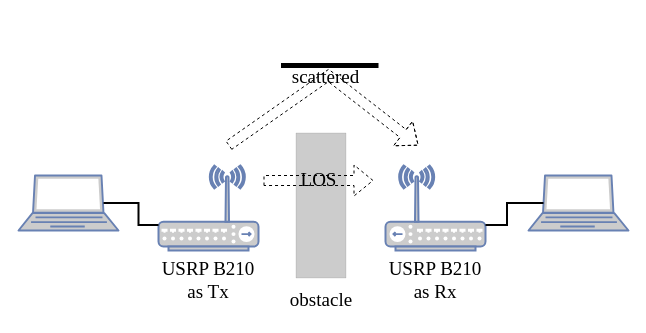
troders34/research keeps this draw.io diagram as page "data collection" (7 of 8) of mod.drawio. Above is the earlier version. Source tidied: cells renumbered, new cells numbered last; positions are measured from the earlier drawing's top-left corner, leaving out a move shared by most shapes. Both pictures are drawn from the tidied source at 100%, with x=0, y=0 at pixel (18, 65).
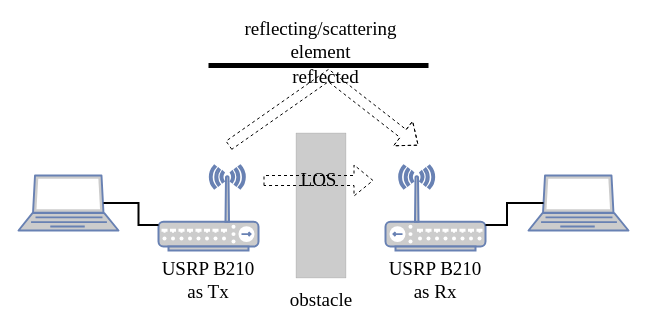
After the change.

Change to the diagram source:
```diff
@@
 <mxGraphModel>
   <root>
     <mxCell id="0" />
     <mxCell id="1" parent="0" />
     <mxCell id="2" style="fontColor=#0066CC;verticalAlign=top;verticalLabelPosition=bottom;labelPosition=center;align=center;html=1;outlineConnect=0;fillColor=#CCCCCC;strokeColor=#6881B3;gradientColor=none;gradientDirection=north;strokeWidth=2;shape=mxgraph.networks.wireless_hub;" parent="1" vertex="1">
       <mxGeometry x="140" y="100" width="100" height="85" as="geometry" />
     </mxCell>
     <mxCell id="3" style="fontColor=#0066CC;verticalAlign=top;verticalLabelPosition=bottom;labelPosition=center;align=center;html=1;outlineConnect=0;fillColor=#CCCCCC;strokeColor=#6881B3;gradientColor=none;gradientDirection=north;strokeWidth=2;shape=mxgraph.networks.wireless_hub;flipV=0;flipH=1;" parent="1" vertex="1">
       <mxGeometry x="367" y="100" width="100" height="85" as="geometry" />
     </mxCell>
     <mxCell id="4" style="fontColor=#0066CC;verticalAlign=top;verticalLabelPosition=bottom;labelPosition=center;align=center;html=1;outlineConnect=0;fillColor=#CCCCCC;strokeColor=#6881B3;gradientColor=none;gradientDirection=north;strokeWidth=2;shape=mxgraph.networks.laptop;" parent="1" vertex="1">
       <mxGeometry y="110" width="100" height="55" as="geometry" />
     </mxCell>
     <mxCell id="5" style="edgeStyle=orthogonalEdgeStyle;rounded=0;jettySize=auto;html=1;exitX=0.85;exitY=0.5;exitDx=0;exitDy=0;exitPerimeter=0;entryX=0;entryY=0.7;entryDx=0;entryDy=0;entryPerimeter=0;strokeWidth=2;endArrow=none;startFill=0;" parent="1" edge="1" source="4" target="2">
       <mxGeometry relative="1" as="geometry" />
     </mxCell>
     <mxCell id="6" style="fontColor=#0066CC;verticalAlign=top;verticalLabelPosition=bottom;labelPosition=center;align=center;html=1;outlineConnect=0;fillColor=#CCCCCC;strokeColor=#6881B3;gradientColor=none;gradientDirection=north;strokeWidth=2;shape=mxgraph.networks.laptop;" parent="1" vertex="1">
       <mxGeometry x="510" y="110" width="100" height="55" as="geometry" />
     </mxCell>
     <mxCell id="7" style="edgeStyle=orthogonalEdgeStyle;rounded=0;jettySize=auto;html=1;exitX=0.15;exitY=0.5;exitDx=0;exitDy=0;exitPerimeter=0;entryX=0;entryY=0.7;entryDx=0;entryDy=0;entryPerimeter=0;strokeWidth=2;endArrow=none;startFill=0;" parent="1" edge="1" source="6" target="3">
       <mxGeometry relative="1" as="geometry" />
     </mxCell>
     <mxCell id="8" style="rounded=0;whiteSpace=wrap;html=1;rotation=90;fillColor=light-dark(#cccccc, #ededed);strokeWidth=0;" parent="1" vertex="1">
       <mxGeometry x="230" y="115" width="145" height="50" as="geometry" />
     </mxCell>
     <mxCell id="9" value="USRP B210 as Tx" style="text;html=1;align=center;verticalAlign=middle;whiteSpace=wrap;rounded=0;fontFamily=Times New Roman;fontSize=19;" parent="1" vertex="1">
       <mxGeometry x="135" y="200" width="110" height="30" as="geometry" />
     </mxCell>
     <mxCell id="10" value="USRP B210 as Rx" style="text;html=1;align=center;verticalAlign=middle;whiteSpace=wrap;rounded=0;fontFamily=Times New Roman;fontSize=19;" parent="1" vertex="1">
       <mxGeometry x="362" y="200" width="110" height="30" as="geometry" />
     </mxCell>
     <mxCell id="11" value="obstacle" style="text;html=1;align=center;verticalAlign=middle;whiteSpace=wrap;rounded=0;fontFamily=Times New Roman;fontSize=19;" parent="1" vertex="1">
       <mxGeometry x="247.5" y="220" width="110" height="30" as="geometry" />
     </mxCell>
     <mxCell id="12" value="&lt;font face=&quot;Times New Roman&quot; style=&quot;font-size: 19px;&quot;&gt;LOS&lt;/font&gt;" style="shape=flexArrow;endArrow=classic;html=1;rounded=0;dashed=1;strokeColor=default;labelBackgroundColor=none;" parent="1" edge="1">
       <mxGeometry relative="1" as="geometry">
         <mxPoint x="245" y="115" as="sourcePoint" />
         <mxPoint x="355" y="115" as="targetPoint" />
       </mxGeometry>
     </mxCell>
-    <mxCell id="13" value="&lt;font style=&quot;font-size: 19px;&quot; face=&quot;Times New Roman&quot;&gt;scattered&lt;/font&gt;" style="shape=flexArrow;endArrow=classic;html=1;rounded=0;dashed=1;strokeColor=default;labelBackgroundColor=none;" parent="1" edge="1">
+    <mxCell id="13" value="reflected" style="shape=flexArrow;endArrow=classic;html=1;rounded=0;dashed=1;strokeColor=default;labelBackgroundColor=none;fontFamily=Times New Roman;fontSize=19;" parent="1" edge="1">
       <mxGeometry relative="1" as="geometry">
         <mxPoint x="210" y="80" as="sourcePoint" />
         <mxPoint x="400" y="80" as="targetPoint" />
         <Array as="points">
           <mxPoint x="310" y="10" />
         </Array>
       </mxGeometry>
     </mxCell>
     <mxCell id="14" style="endArrow=none;html=1;rounded=0;strokeWidth=5;" parent="1" edge="1">
       <mxGeometry relative="1" as="geometry">
-        <mxPoint x="262.5" as="sourcePoint" />
-        <mxPoint x="360" as="targetPoint" />
+        <mxPoint x="190" as="sourcePoint" />
+        <mxPoint x="410" as="targetPoint" />
       </mxGeometry>
     </mxCell>
+    <mxCell id="15" value="reflecting/scattering element" style="text;html=1;align=center;verticalAlign=middle;whiteSpace=wrap;rounded=0;fontFamily=Times New Roman;fontSize=19;" parent="1" vertex="1">
+      <mxGeometry x="203.1" y="-40" width="198.8" height="30" as="geometry" />
+    </mxCell>
   </root>
 </mxGraphModel>
```
